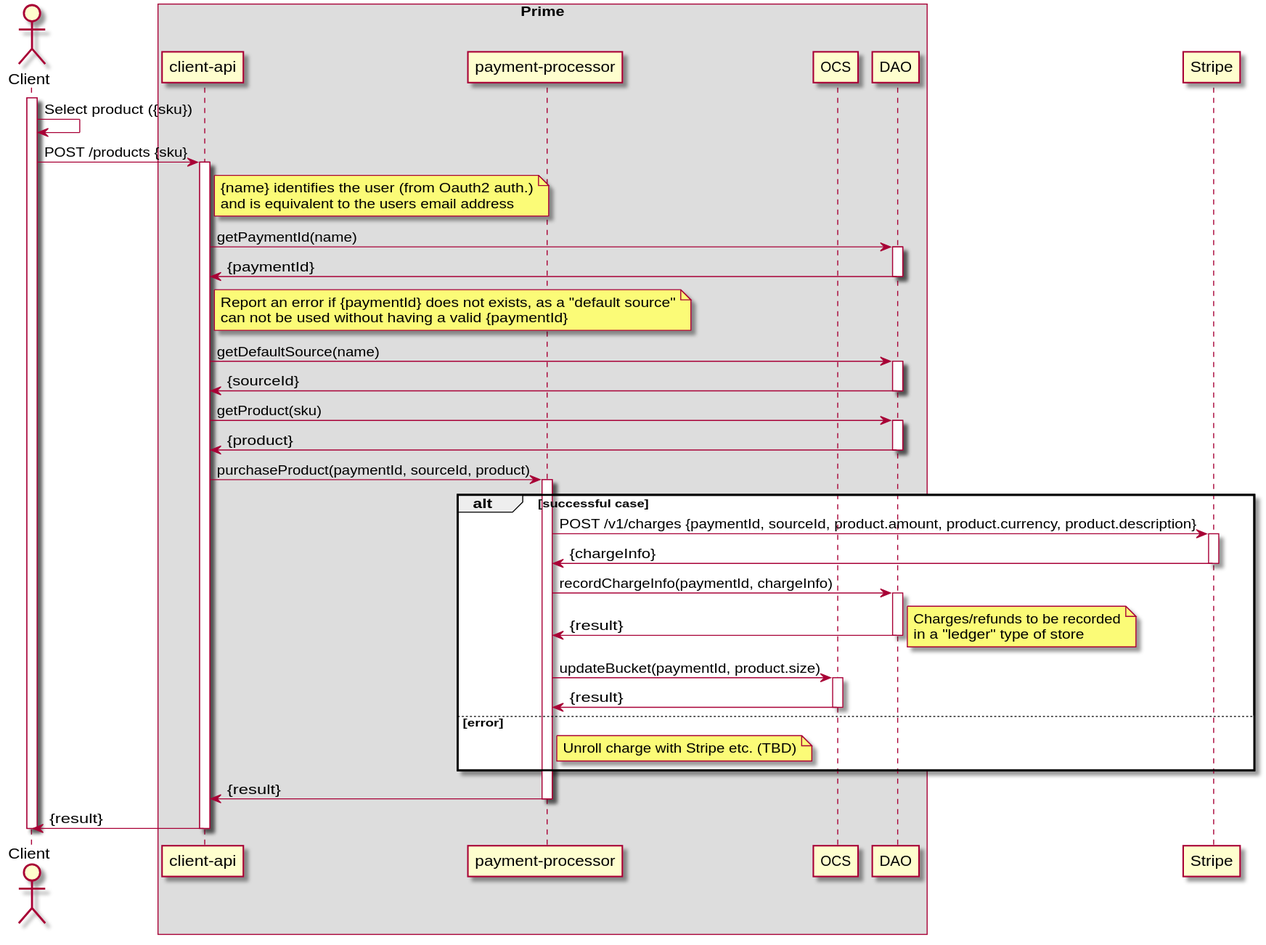
Before: payment-processor/doc/diagrams/purchase-with-default-source.svg, a diagram exported from PlantUML (ostelco/ostelco-core).
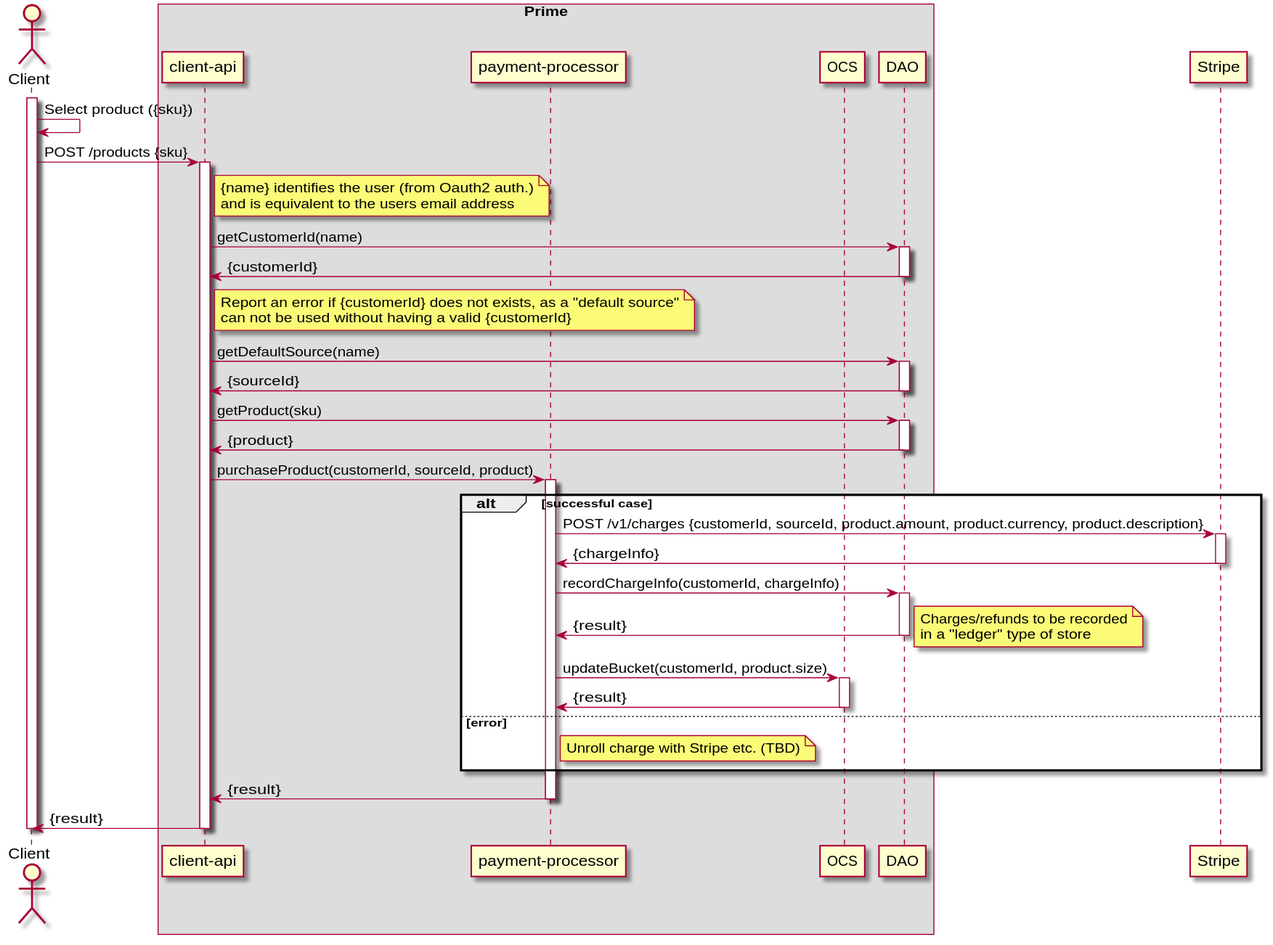
Later version of the same file.

Diff of the diagram source:
```diff
@@ -22,14 +22,14 @@
        and is equivalent to the users email address
     end note
 
-    "client-api" -> DAO : getPaymentId(name)
+    "client-api" -> DAO : getCustomerId(name)
     activate DAO
-    DAO -> "client-api" : {paymentId}
+    DAO -> "client-api" : {customerId}
     deactivate DAO
 
     note right of "client-api"
-        Report an error if {paymentId} does not exists, as a "default source"
-        can not be used without having a valid {paymentId}
+        Report an error if {customerId} does not exists, as a "default source"
+        can not be used without having a valid {customerId}
     end note
 
     "client-api" -> DAO : getDefaultSource(name)
@@ -42,16 +42,16 @@
     DAO -> "client-api" : {product}
     deactivate DAO
 
-    "client-api" -> "payment-processor" : purchaseProduct(paymentId, sourceId, product)
+    "client-api" -> "payment-processor" : purchaseProduct(customerId, sourceId, product)
     activate "payment-processor"
 
     alt successful case
-        "payment-processor" -> Stripe : POST /v1/charges {paymentId, sourceId, product.amount, product.currency, product.description}
+        "payment-processor" -> Stripe : POST /v1/charges {customerId, sourceId, product.amount, product.currency, product.description}
         activate Stripe
         Stripe -> "payment-processor" : {chargeInfo}
         deactivate Stripe
 
-        "payment-processor" -> DAO: recordChargeInfo(paymentId, chargeInfo)
+        "payment-processor" -> DAO: recordChargeInfo(customerId, chargeInfo)
         activate DAO
         DAO -> "payment-processor" : {result}
         deactivate DAO
@@ -60,7 +60,7 @@
           in a "ledger" type of store
         end note
 
-        "payment-processor" -> OCS : updateBucket(paymentId, product.size)
+        "payment-processor" -> OCS : updateBucket(customerId, product.size)
         activate OCS
         OCS -> "payment-processor" : {result}
         deactivate OCS
```
